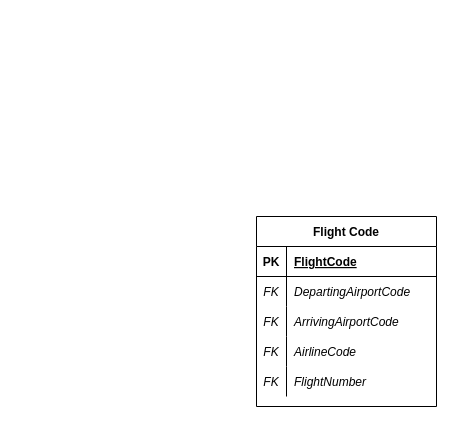
Earlier version of the draw.io diagram ERDs/FlightsOfFancy1.drawio (sammiroy/SQLStudies). Source tidied: cells renumbered, new cells numbered last; positions are measured from the earlier drawing's top-left corner, leaving out a move shared by most shapes. Both pictures are drawn from the tidied source at 100%, with x=0, y=0 at pixel (256, 216).
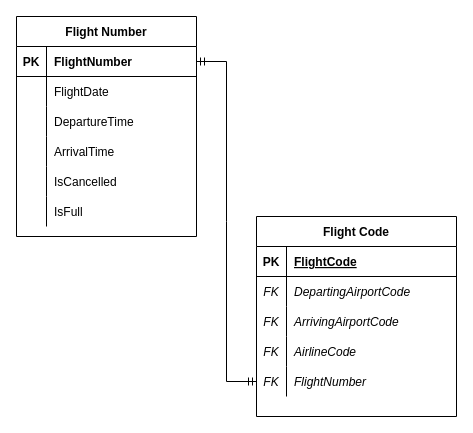
The same page after the edit.

The edit, as a diff of the source:
```diff
@@
     <mxCell id="2" value="Flight Code" style="shape=table;startSize=30;childLayout=tableLayout;rowLines=0;fontStyle=1;align=center;" parent="1" vertex="1">
-      <mxGeometry width="180" height="190" as="geometry" />
+      <mxGeometry width="200" height="200" as="geometry" />
     </mxCell>
     <mxCell id="3" style="shape=tableRow;horizontal=0;startSize=0;swimlaneHead=0;swimlaneBody=0;fillColor=none;top=0;left=0;right=0;bottom=1;" parent="2" vertex="1">
-      <mxGeometry y="30" width="180" height="30" as="geometry" />
+      <mxGeometry y="30" width="200" height="30" as="geometry" />
     </mxCell>
@@
     <mxCell id="5" value="FlightCode" style="shape=partialRectangle;fillColor=none;top=0;left=0;bottom=0;right=0;align=left;spacingLeft=6;fontStyle=5;overflow=hidden;" parent="3" vertex="1">
-      <mxGeometry x="30" width="150" height="30" as="geometry" />
+      <mxGeometry x="30" width="170" height="30" as="geometry" />
     </mxCell>
     <mxCell id="6" style="shape=tableRow;horizontal=0;startSize=0;swimlaneHead=0;swimlaneBody=0;fillColor=none;top=0;left=0;right=0;bottom=0;" parent="2" vertex="1">
-      <mxGeometry y="60" width="180" height="30" as="geometry" />
+      <mxGeometry y="60" width="200" height="30" as="geometry" />
     </mxCell>
@@
     <mxCell id="8" value="DepartingAirportCode" style="shape=partialRectangle;fillColor=none;top=0;left=0;bottom=0;right=0;align=left;spacingLeft=6;overflow=hidden;fontStyle=2;" parent="6" vertex="1">
-      <mxGeometry x="30" width="150" height="30" as="geometry" />
+      <mxGeometry x="30" width="170" height="30" as="geometry" />
     </mxCell>
     <mxCell id="9" style="shape=tableRow;horizontal=0;startSize=0;swimlaneHead=0;swimlaneBody=0;fillColor=none;top=0;left=0;right=0;bottom=0;" parent="2" vertex="1">
-      <mxGeometry y="90" width="180" height="30" as="geometry" />
+      <mxGeometry y="90" width="200" height="30" as="geometry" />
     </mxCell>
@@
     <mxCell id="11" value="ArrivingAirportCode" style="shape=partialRectangle;fillColor=none;top=0;left=0;bottom=0;right=0;align=left;spacingLeft=6;overflow=hidden;fontStyle=2;" parent="9" vertex="1">
-      <mxGeometry x="30" width="150" height="30" as="geometry" />
+      <mxGeometry x="30" width="170" height="30" as="geometry" />
     </mxCell>
     <mxCell id="12" style="shape=tableRow;horizontal=0;startSize=0;swimlaneHead=0;swimlaneBody=0;fillColor=none;top=0;left=0;right=0;bottom=0;" parent="2" vertex="1">
-      <mxGeometry y="120" width="180" height="30" as="geometry" />
+      <mxGeometry y="120" width="200" height="30" as="geometry" />
     </mxCell>
@@
     <mxCell id="14" value="AirlineCode" style="shape=partialRectangle;fillColor=none;top=0;left=0;bottom=0;right=0;align=left;spacingLeft=6;overflow=hidden;fontStyle=2;" parent="12" vertex="1">
-      <mxGeometry x="30" width="150" height="30" as="geometry" />
+      <mxGeometry x="30" width="170" height="30" as="geometry" />
     </mxCell>
     <mxCell id="15" style="shape=tableRow;horizontal=0;startSize=0;swimlaneHead=0;swimlaneBody=0;fillColor=none;points=[[0,0.5],[1,0.5]];portConstraint=eastwest;top=0;left=0;right=0;bottom=0;" parent="2" vertex="1">
-      <mxGeometry y="150" width="180" height="30" as="geometry" />
+      <mxGeometry y="150" width="200" height="30" as="geometry" />
     </mxCell>
@@
     <mxCell id="17" value="FlightNumber" style="shape=partialRectangle;fillColor=none;top=0;left=0;bottom=0;right=0;align=left;spacingLeft=6;fontStyle=2;overflow=hidden;" parent="15" vertex="1">
-      <mxGeometry x="30" width="150" height="30" as="geometry" />
+      <mxGeometry x="30" width="170" height="30" as="geometry" />
     </mxCell>
+    <mxCell id="18" value="Flight Number" style="shape=table;startSize=30;childLayout=tableLayout;rowLines=0;fontStyle=1;align=center;" parent="1" vertex="1">
+      <mxGeometry x="-240" y="-200" width="180" height="220" as="geometry" />
+    </mxCell>
+    <mxCell id="19" style="shape=tableRow;horizontal=0;startSize=0;swimlaneHead=0;swimlaneBody=0;fillColor=none;points=[[0,0.5],[1,0.5]];portConstraint=eastwest;top=0;left=0;right=0;bottom=1;" parent="18" vertex="1">
+      <mxGeometry y="30" width="180" height="30" as="geometry" />
+    </mxCell>
+    <mxCell id="20" value="PK" style="shape=partialRectangle;fillColor=none;top=0;left=0;bottom=0;right=0;fontStyle=1;overflow=hidden;" parent="19" vertex="1">
+      <mxGeometry width="30" height="30" as="geometry" />
+    </mxCell>
+    <mxCell id="21" value="FlightNumber" style="shape=partialRectangle;fillColor=none;top=0;left=0;bottom=0;right=0;align=left;spacingLeft=6;fontStyle=1;overflow=hidden;" parent="19" vertex="1">
+      <mxGeometry x="30" width="150" height="30" as="geometry" />
+    </mxCell>
+    <mxCell id="22" style="shape=tableRow;horizontal=0;startSize=0;swimlaneHead=0;swimlaneBody=0;fillColor=none;top=0;left=0;right=0;bottom=0;" parent="18" vertex="1">
+      <mxGeometry y="60" width="180" height="30" as="geometry" />
+    </mxCell>
+    <mxCell id="23" style="shape=partialRectangle;fillColor=none;top=0;left=0;bottom=0;right=0;overflow=hidden;" parent="22" vertex="1">
+      <mxGeometry width="30" height="30" as="geometry" />
+    </mxCell>
+    <mxCell id="24" value="FlightDate" style="shape=partialRectangle;fillColor=none;top=0;left=0;bottom=0;right=0;align=left;spacingLeft=6;overflow=hidden;" parent="22" vertex="1">
+      <mxGeometry x="30" width="150" height="30" as="geometry" />
+    </mxCell>
+    <mxCell id="25" style="shape=tableRow;horizontal=0;startSize=0;swimlaneHead=0;swimlaneBody=0;fillColor=none;top=0;left=0;right=0;bottom=0;" parent="18" vertex="1">
+      <mxGeometry y="90" width="180" height="30" as="geometry" />
+    </mxCell>
+    <mxCell id="26" style="shape=partialRectangle;fillColor=none;top=0;left=0;bottom=0;right=0;overflow=hidden;" parent="25" vertex="1">
+      <mxGeometry width="30" height="30" as="geometry" />
+    </mxCell>
+    <mxCell id="27" value="DepartureTime" style="shape=partialRectangle;fillColor=none;top=0;left=0;bottom=0;right=0;align=left;spacingLeft=6;overflow=hidden;" parent="25" vertex="1">
+      <mxGeometry x="30" width="150" height="30" as="geometry" />
+    </mxCell>
+    <mxCell id="28" style="shape=tableRow;horizontal=0;startSize=0;swimlaneHead=0;swimlaneBody=0;fillColor=none;top=0;left=0;right=0;bottom=0;" parent="18" vertex="1">
+      <mxGeometry y="120" width="180" height="30" as="geometry" />
+    </mxCell>
+    <mxCell id="29" style="shape=partialRectangle;fillColor=none;top=0;left=0;bottom=0;right=0;overflow=hidden;" parent="28" vertex="1">
+      <mxGeometry width="30" height="30" as="geometry" />
+    </mxCell>
+    <mxCell id="30" value="ArrivalTime" style="shape=partialRectangle;fillColor=none;top=0;left=0;bottom=0;right=0;align=left;spacingLeft=6;overflow=hidden;" parent="28" vertex="1">
+      <mxGeometry x="30" width="150" height="30" as="geometry" />
+    </mxCell>
+    <mxCell id="31" style="shape=tableRow;horizontal=0;startSize=0;swimlaneHead=0;swimlaneBody=0;fillColor=none;top=0;left=0;right=0;bottom=0;" parent="18" vertex="1">
+      <mxGeometry y="150" width="180" height="30" as="geometry" />
+    </mxCell>
+    <mxCell id="32" style="shape=partialRectangle;fillColor=none;top=0;left=0;bottom=0;right=0;overflow=hidden;" parent="31" vertex="1">
+      <mxGeometry width="30" height="30" as="geometry" />
+    </mxCell>
+    <mxCell id="33" value="IsCancelled" style="shape=partialRectangle;fillColor=none;top=0;left=0;bottom=0;right=0;align=left;spacingLeft=6;overflow=hidden;" parent="31" vertex="1">
+      <mxGeometry x="30" width="150" height="30" as="geometry" />
+    </mxCell>
+    <mxCell id="34" style="shape=tableRow;horizontal=0;startSize=0;swimlaneHead=0;swimlaneBody=0;fillColor=none;top=0;left=0;right=0;bottom=0;" parent="18" vertex="1">
+      <mxGeometry y="180" width="180" height="30" as="geometry" />
+    </mxCell>
+    <mxCell id="35" style="shape=partialRectangle;fillColor=none;top=0;left=0;bottom=0;right=0;overflow=hidden;" parent="34" vertex="1">
+      <mxGeometry width="30" height="30" as="geometry" />
+    </mxCell>
+    <mxCell id="36" value="IsFull" style="shape=partialRectangle;fillColor=none;top=0;left=0;bottom=0;right=0;align=left;spacingLeft=6;overflow=hidden;" parent="34" vertex="1">
+      <mxGeometry x="30" width="150" height="30" as="geometry" />
+    </mxCell>
+    <mxCell id="37" style="edgeStyle=entityRelationEdgeStyle;fontSize=12;html=1;endArrow=ERmandOne;startArrow=ERmandOne;rounded=0;exitX=1;exitY=0.5;exitDx=0;exitDy=0;entryX=0;entryY=0.5;entryDx=0;entryDy=0;" parent="1" edge="1" source="19" target="15">
+      <mxGeometry relative="1" as="geometry" />
+    </mxCell>
```
